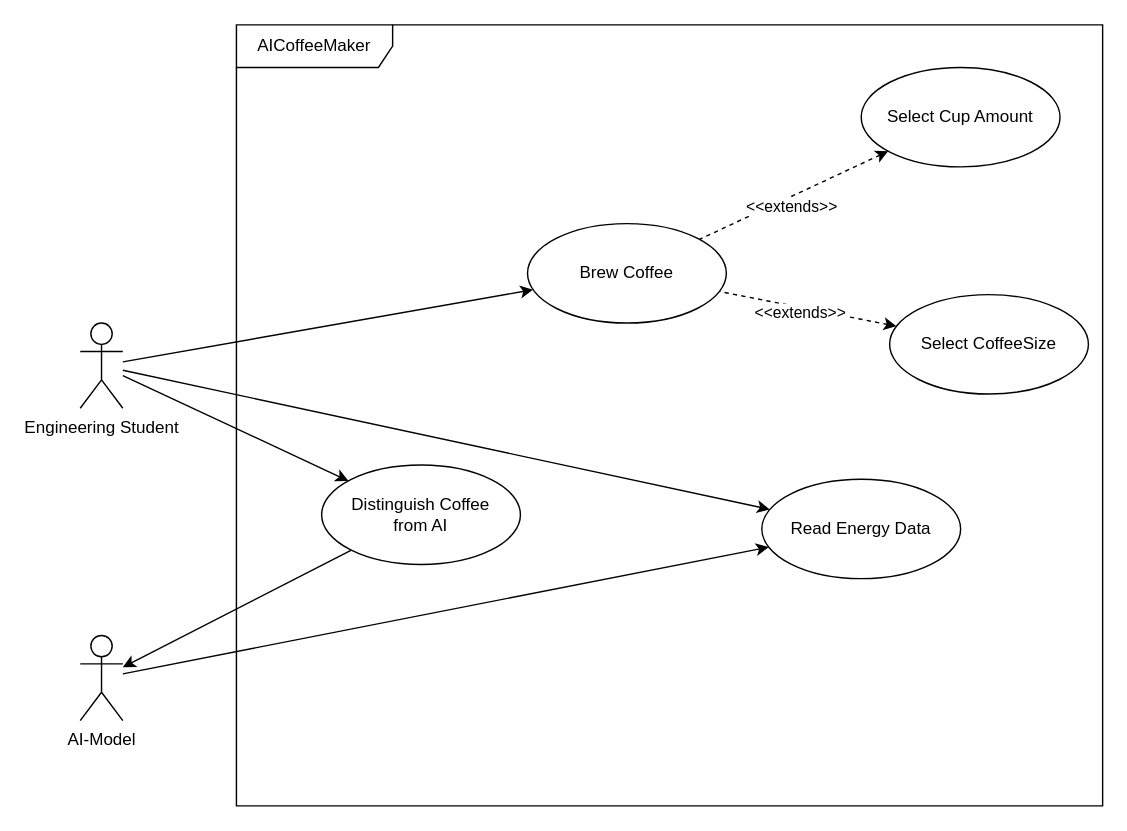
Before: Diagrams/UC_Coffeemaker.drawio in Benemenn/HackOurCoffeemaker, a draw.io diagram. Source tidied: cells renumbered, new cells numbered last; positions are measured from the earlier drawing's top-left corner, leaving out a move shared by most shapes. Both pictures are drawn from the tidied source at 142%, with x=0, y=0 at pixel (80, 24).
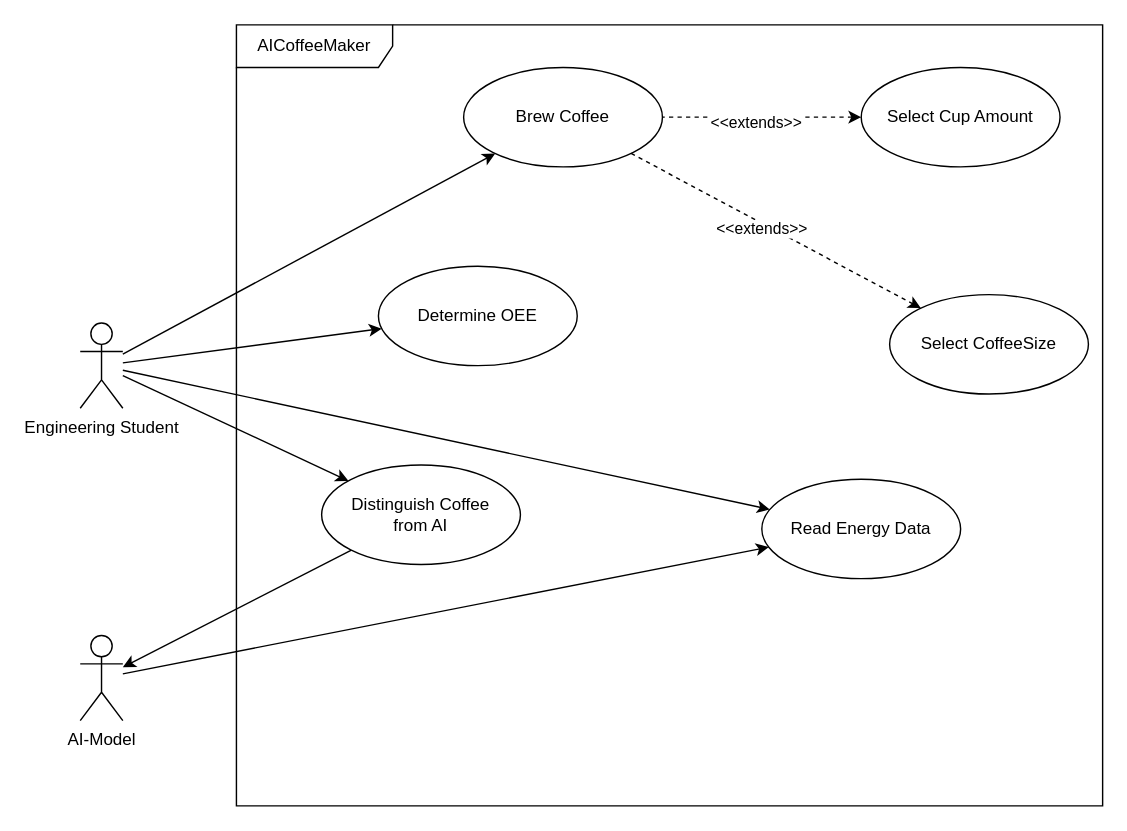
The same diagram, later.

Unchanged cells that the change refers to:
```xml
<mxCell id="10" value="Engineering Student" style="shape=umlActor;html=1;verticalLabelPosition=bottom;verticalAlign=top;align=center;" parent="1" vertex="1">
  <mxGeometry y="210" width="30" height="60" as="geometry" />
</mxCell>
```

Diff of the diagram source:
```diff
@@
     <mxCell id="3" value="&lt;div&gt;Brew Coffee&lt;/div&gt;" style="ellipse;whiteSpace=wrap;html=1;" parent="1" vertex="1">
-      <mxGeometry x="315" y="140" width="140" height="70" as="geometry" />
+      <mxGeometry x="270" y="30" width="140" height="70" as="geometry" />
     </mxCell>
@@
+    <mxCell id="19" style="rounded=0;jettySize=auto;html=1;" parent="1" edge="1" source="10" target="20">
+      <mxGeometry relative="1" as="geometry" />
+    </mxCell>
@@
+    <mxCell id="20" value="Determine OEE" style="ellipse;whiteSpace=wrap;html=1;" parent="1" vertex="1">
+      <mxGeometry x="210" y="170" width="140" height="70" as="geometry" />
+    </mxCell>
```
